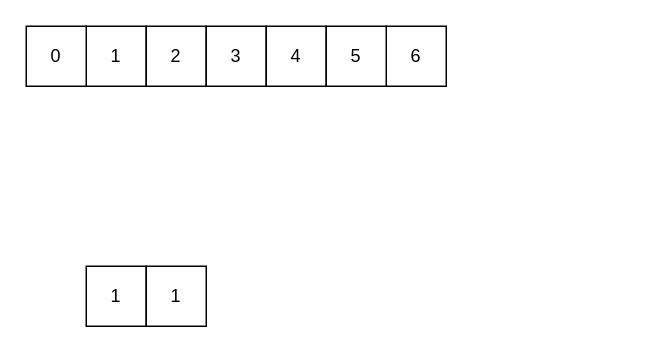
Earlier version of the draw.io diagram Untitled Diagram.drawio (ZaqueuCavalcante/Algorithms-and-Data-Structures). Source tidied: cells renumbered, new cells numbered last; positions are measured from the earlier drawing's top-left corner, leaving out a move shared by most shapes. Both pictures are drawn from the tidied source at 150%, with x=0, y=0 at pixel (26, 26).
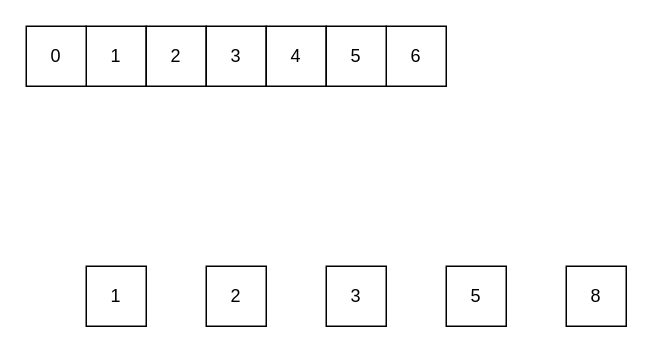
Above is the later version.

The edit, as a diff of the source:
```diff
@@
 <mxGraphModel>
   <root>
     <mxCell id="0" />
     <mxCell id="1" parent="0" />
     <mxCell id="2" value="1" style="rounded=0;whiteSpace=wrap;html=1;" parent="1" vertex="1">
       <mxGeometry x="40" width="40" height="40" as="geometry" />
     </mxCell>
     <mxCell id="3" value="2" style="rounded=0;whiteSpace=wrap;html=1;" parent="1" vertex="1">
       <mxGeometry x="80" width="40" height="40" as="geometry" />
     </mxCell>
     <mxCell id="4" value="3" style="rounded=0;whiteSpace=wrap;html=1;" parent="1" vertex="1">
       <mxGeometry x="120" width="40" height="40" as="geometry" />
     </mxCell>
     <mxCell id="5" value="4" style="rounded=0;whiteSpace=wrap;html=1;" parent="1" vertex="1">
       <mxGeometry x="160" width="40" height="40" as="geometry" />
     </mxCell>
     <mxCell id="6" value="6" style="rounded=0;whiteSpace=wrap;html=1;" parent="1" vertex="1">
       <mxGeometry x="240" width="40" height="40" as="geometry" />
     </mxCell>
     <mxCell id="7" value="5" style="rounded=0;whiteSpace=wrap;html=1;" parent="1" vertex="1">
       <mxGeometry x="200" width="40" height="40" as="geometry" />
     </mxCell>
     <mxCell id="8" value="1" style="rounded=0;whiteSpace=wrap;html=1;" parent="1" vertex="1">
       <mxGeometry x="40" y="160" width="40" height="40" as="geometry" />
     </mxCell>
-    <mxCell id="9" value="1" style="rounded=0;whiteSpace=wrap;html=1;" parent="1" vertex="1">
-      <mxGeometry x="80" y="160" width="40" height="40" as="geometry" />
+    <mxCell id="9" value="2" style="rounded=0;whiteSpace=wrap;html=1;" parent="1" vertex="1">
+      <mxGeometry x="120" y="160" width="40" height="40" as="geometry" />
     </mxCell>
     <mxCell id="10" value="0" style="rounded=0;whiteSpace=wrap;html=1;" parent="1" vertex="1">
       <mxGeometry width="40" height="40" as="geometry" />
     </mxCell>
+    <mxCell id="11" value="3" style="rounded=0;whiteSpace=wrap;html=1;" parent="1" vertex="1">
+      <mxGeometry x="200" y="160" width="40" height="40" as="geometry" />
+    </mxCell>
+    <mxCell id="12" value="5" style="rounded=0;whiteSpace=wrap;html=1;" parent="1" vertex="1">
+      <mxGeometry x="280" y="160" width="40" height="40" as="geometry" />
+    </mxCell>
+    <mxCell id="13" value="8" style="rounded=0;whiteSpace=wrap;html=1;" parent="1" vertex="1">
+      <mxGeometry x="360" y="160" width="40" height="40" as="geometry" />
+    </mxCell>
   </root>
 </mxGraphModel>
```
